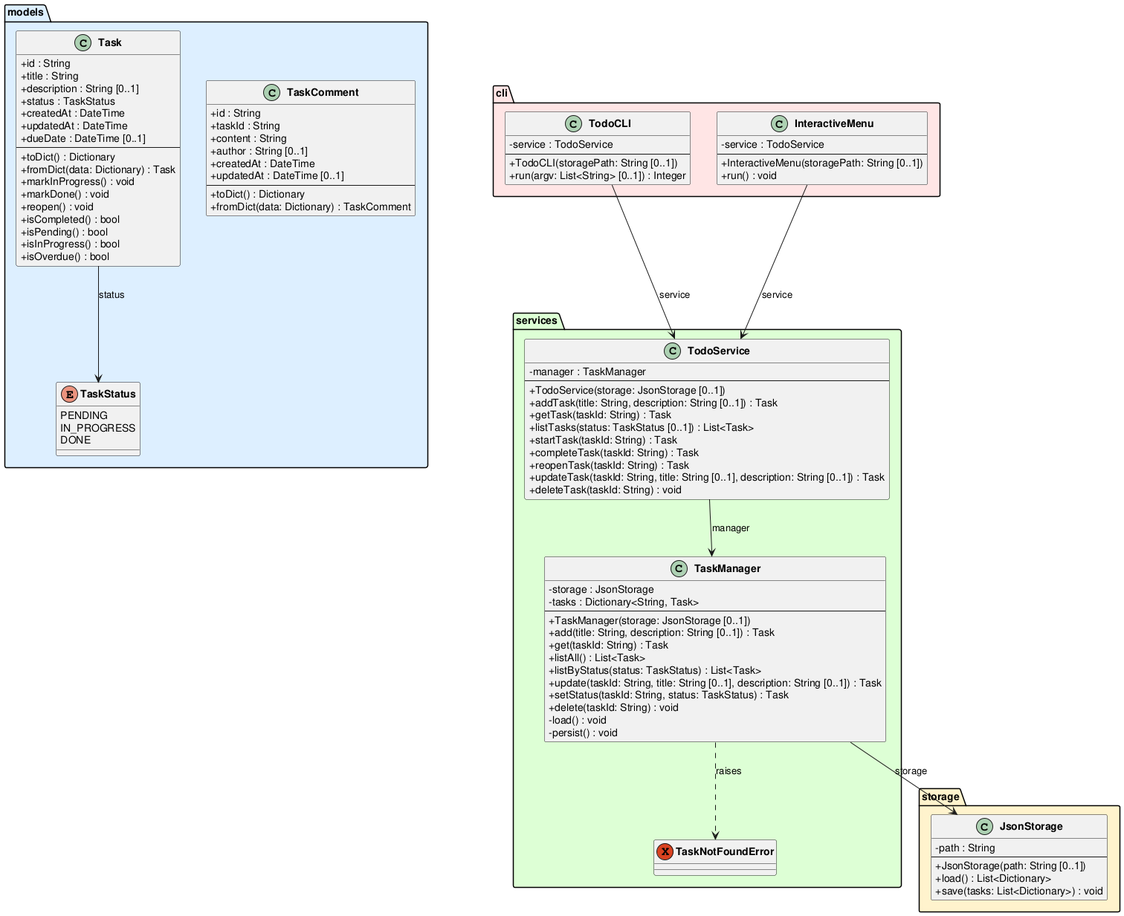
DanielRiha8906/Software_autoevolution_using_agents keeps this PlantUML diagram as experiments/broadcast/test_driven/TODO/artifacts/class_diagram.png. Above is the earlier version.
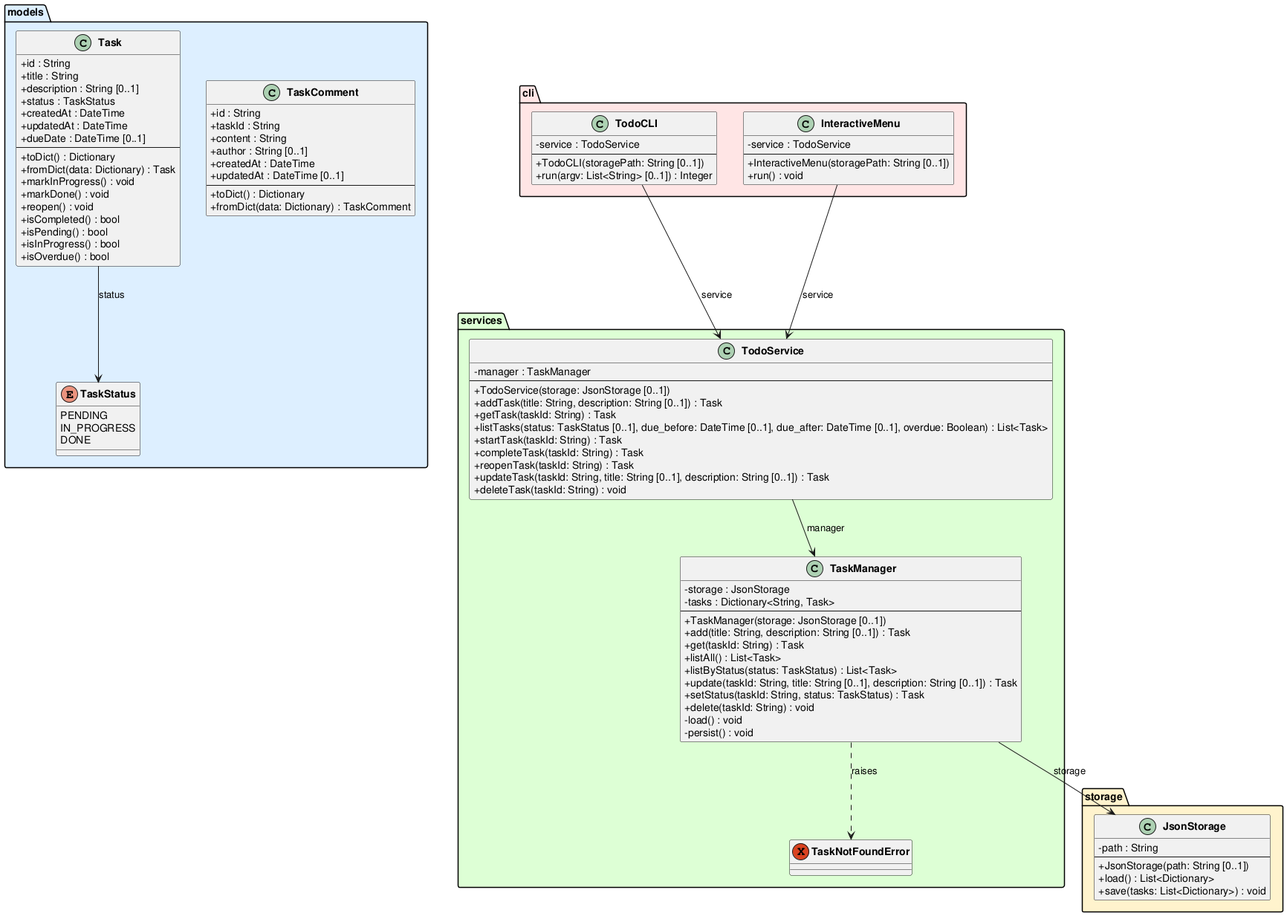
The same diagram one commit later.

The edit, as a diff of the source:
```diff
@@ -78,7 +78,7 @@
         +TodoService(storage: JsonStorage [0..1])
         +addTask(title: String, description: String [0..1]) : Task
         +getTask(taskId: String) : Task
-        +listTasks(status: TaskStatus [0..1]) : List<Task>
+        +listTasks(status: TaskStatus [0..1], due_before: DateTime [0..1], due_after: DateTime [0..1], overdue: Boolean) : List<Task>
         +startTask(taskId: String) : Task
         +completeTask(taskId: String) : Task
         +reopenTask(taskId: String) : Task
```
